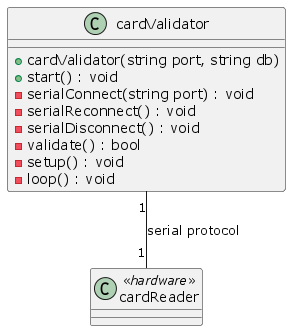
Earlier version of the PlantUML export assets/code_structure_cardValidator.png (Berigoo/onegate-parking).
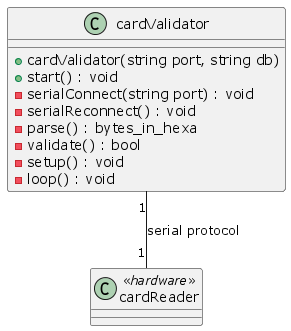
After the change.

What changed in the source:
```diff
@@ -4,7 +4,7 @@
 	+ start() : void
 	- serialConnect(string port) : void
 	- serialReconnect() : void
-	- serialDisconnect() : void
+	- parse() : bytes_in_hexa
 	- validate() : bool
 	- setup() : void
 	- loop() : void
```
